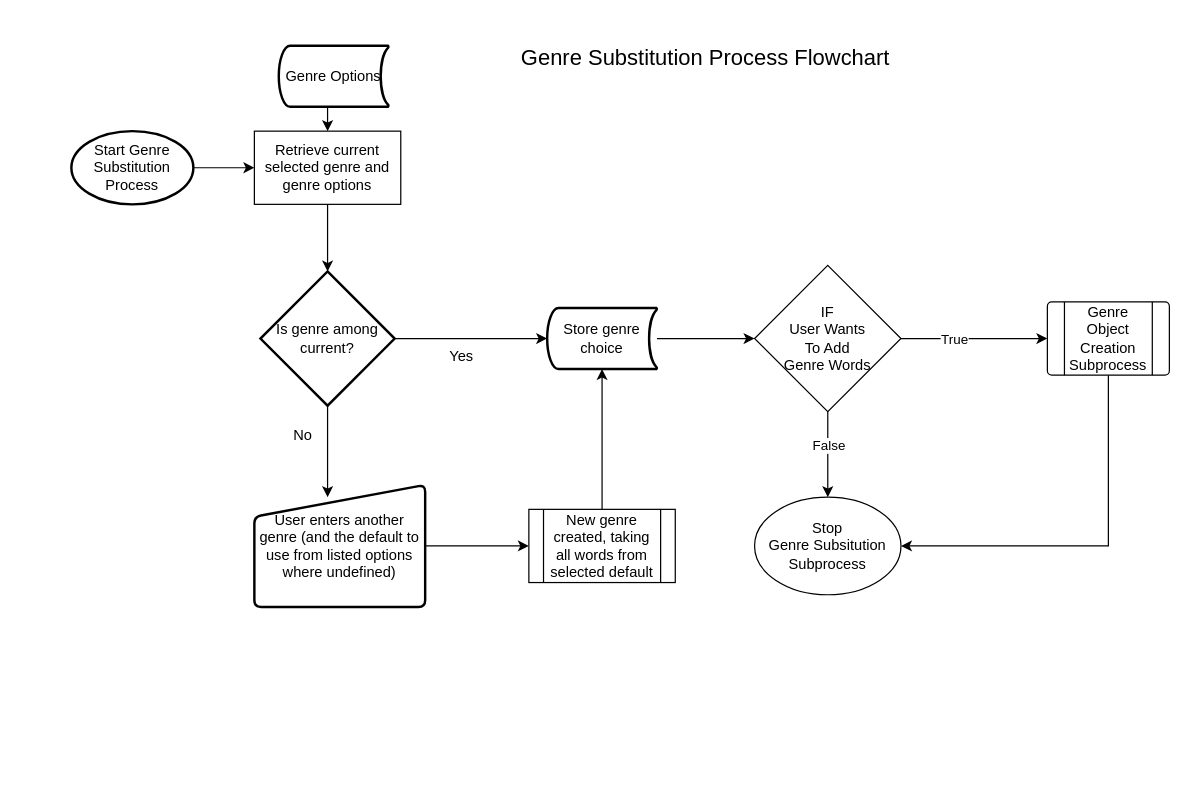
Above: Phase2/Flowcharts/modgodToolset/Genre/ProjectIlmatar_phase2_GenreSubstitution_Flowchart_20210801.drawio in RPG-Research/bcirpg (draw.io), before the change. Source tidied: cells renumbered, new cells numbered last; positions are measured from the earlier drawing's top-left corner, leaving out a move shared by most shapes. Both pictures are drawn from the tidied source at 122%, with x=0, y=0 at pixel (71, 45).
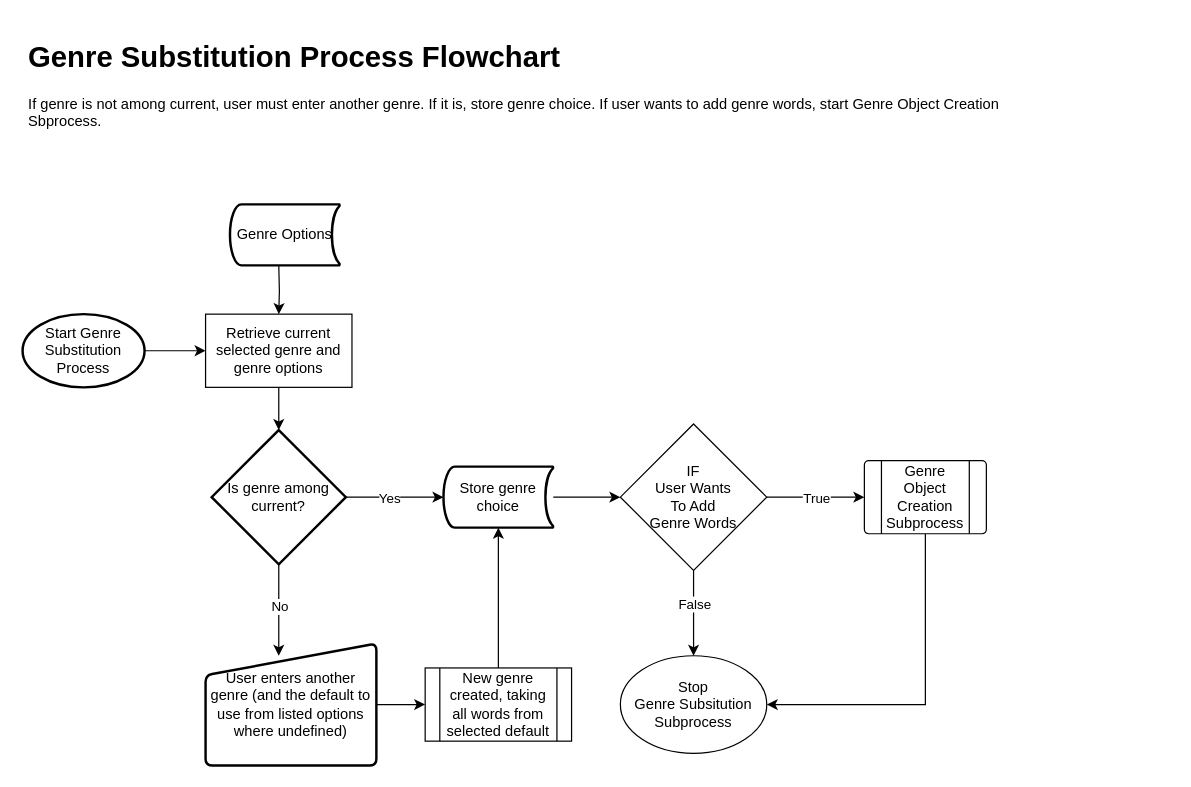
After the change.

The change refers to these unchanged cells:
```xml
<mxCell id="12" style="edgeStyle=orthogonalEdgeStyle;rounded=0;jettySize=auto;html=1;entryX=0;entryY=0.5;entryDx=0;entryDy=0;entryPerimeter=0;" parent="1" edge="1" source="13" target="15">
  <mxGeometry relative="1" as="geometry" />
</mxCell>
<mxCell id="20" style="edgeStyle=orthogonalEdgeStyle;rounded=0;jettySize=auto;html=1;" parent="1" edge="1" source="24" target="26">
  <mxGeometry relative="1" as="geometry" />
</mxCell>
```

What changed in the source:
```diff
@@
     <mxCell id="3" value="Start Genre Substitution Process" style="strokeWidth=2;html=1;shape=mxgraph.flowchart.start_1;whiteSpace=wrap;" parent="1" vertex="1">
-      <mxGeometry y="70" width="100" height="60" as="geometry" />
+      <mxGeometry x="-40" y="220" width="100" height="60" as="geometry" />
     </mxCell>
@@
     <mxCell id="5" value="Retrieve current selected genre and genre options" style="whiteSpace=wrap;html=1;" parent="1" vertex="1">
-      <mxGeometry x="150" y="70" width="120" height="60" as="geometry" />
+      <mxGeometry x="110" y="220" width="120" height="60" as="geometry" />
     </mxCell>
     <mxCell id="6" style="edgeStyle=orthogonalEdgeStyle;rounded=0;jettySize=auto;html=1;exitX=0.5;exitY=1;exitDx=0;exitDy=0;exitPerimeter=0;entryX=0.5;entryY=0;entryDx=0;entryDy=0;" parent="1" edge="1" target="5">
       <mxGeometry relative="1" as="geometry">
-        <mxPoint x="210" y="50" as="sourcePoint" />
+        <mxPoint x="170" y="180" as="sourcePoint" />
       </mxGeometry>
     </mxCell>
-    <mxCell id="7" value="&lt;font style=&quot;font-size: 18px&quot;&gt;Genre Substitution Process Flowchart&lt;/font&gt;" style="text;html=1;strokeColor=none;fillColor=none;align=center;verticalAlign=middle;whiteSpace=wrap;rounded=0;" parent="1" vertex="1">
-      <mxGeometry x="360" width="320" height="20" as="geometry" />
-    </mxCell>
@@
     <mxCell id="9" value="User enters another genre (and the default to use from listed options where undefined)" style="html=1;strokeWidth=2;shape=manualInput;whiteSpace=wrap;rounded=1;size=26;arcSize=11;" parent="1" vertex="1">
-      <mxGeometry x="150" y="360" width="140" height="100" as="geometry" />
+      <mxGeometry x="110" y="490" width="140" height="100" as="geometry" />
     </mxCell>
     <mxCell id="10" value="Genre Options" style="strokeWidth=2;html=1;shape=mxgraph.flowchart.stored_data;whiteSpace=wrap;" parent="1" vertex="1">
-      <mxGeometry x="170" width="90" height="50" as="geometry" />
+      <mxGeometry x="130" y="130" width="90" height="50" as="geometry" />
     </mxCell>
     <mxCell id="11" style="edgeStyle=orthogonalEdgeStyle;rounded=0;jettySize=auto;html=1;" parent="1" edge="1" source="13">
       <mxGeometry relative="1" as="geometry">
-        <mxPoint x="210" y="370" as="targetPoint" />
+        <mxPoint x="170" y="500" as="targetPoint" />
       </mxGeometry>
     </mxCell>
+    <mxCell id="17" value="No" style="edgeLabel;html=1;align=center;verticalAlign=middle;" parent="11" vertex="1">
+      <mxGeometry x="0.25" relative="1" as="geometry">
+        <mxPoint y="-12" as="offset" />
+      </mxGeometry>
+    </mxCell>
@@
+    <mxCell id="16" value="Yes" style="edgeLabel;html=1;align=center;verticalAlign=middle;" parent="12" vertex="1">
+      <mxGeometry x="-0.7" y="-1" relative="1" as="geometry">
+        <mxPoint x="23" y="-1" as="offset" />
+      </mxGeometry>
+    </mxCell>
     <mxCell id="13" value="Is genre among current?" style="strokeWidth=2;html=1;shape=mxgraph.flowchart.decision;whiteSpace=wrap;" parent="1" vertex="1">
-      <mxGeometry x="155" y="185" width="110" height="110" as="geometry" />
+      <mxGeometry x="115" y="315" width="110" height="110" as="geometry" />
     </mxCell>
@@
     <mxCell id="15" value="Store genre choice" style="strokeWidth=2;html=1;shape=mxgraph.flowchart.stored_data;whiteSpace=wrap;" parent="1" vertex="1">
-      <mxGeometry x="390" y="215" width="90" height="50" as="geometry" />
+      <mxGeometry x="305" y="345" width="90" height="50" as="geometry" />
     </mxCell>
-    <mxCell id="16" value="Yes" style="text;html=1;strokeColor=none;fillColor=none;align=center;verticalAlign=middle;whiteSpace=wrap;rounded=0;" parent="1" vertex="1">
-      <mxGeometry x="300" y="245" width="40" height="20" as="geometry" />
-    </mxCell>
-    <mxCell id="17" value="No" style="text;html=1;strokeColor=none;fillColor=none;align=center;verticalAlign=middle;whiteSpace=wrap;rounded=0;" parent="1" vertex="1">
-      <mxGeometry x="170" y="310" width="40" height="20" as="geometry" />
-    </mxCell>
@@
     <mxCell id="19" value="New genre created, taking all words from selected default" style="shape=process;whiteSpace=wrap;html=1;backgroundOutline=1;" parent="1" vertex="1">
-      <mxGeometry x="375" y="380" width="120" height="60" as="geometry" />
+      <mxGeometry x="290" y="510" width="120" height="60" as="geometry" />
     </mxCell>
@@
     <mxCell id="21" value="True" style="edgeLabel;html=1;align=center;verticalAlign=middle;" parent="20" vertex="1">
-      <mxGeometry x="-0.28" relative="1" as="geometry" />
+      <mxGeometry x="-0.28" relative="1" as="geometry">
+        <mxPoint x="11" as="offset" />
+      </mxGeometry>
     </mxCell>
@@
     <mxCell id="24" value="IF&lt;br&gt;User Wants&lt;br&gt;To Add &lt;br&gt;Genre Words" style="rhombus;whiteSpace=wrap;html=1;" parent="1" vertex="1">
-      <mxGeometry x="560" y="180" width="120" height="120" as="geometry" />
+      <mxGeometry x="450" y="310" width="120" height="120" as="geometry" />
     </mxCell>
-    <mxCell id="25" style="edgeStyle=orthogonalEdgeStyle;rounded=0;jettySize=auto;html=1;entryX=1;entryY=0.5;entryDx=0;entryDy=0;" parent="1" edge="1" source="26" target="27">
+    <mxCell id="25" style="edgeStyle=orthogonalEdgeStyle;rounded=0;jettySize=auto;html=1;entryX=1;entryY=0.5;entryDx=0;entryDy=0;exitX=0.5;exitY=1;exitDx=0;exitDy=0;" parent="1" edge="1" source="26" target="27">
       <mxGeometry relative="1" as="geometry">
         <Array as="points">
-          <mxPoint x="850" y="410" />
+          <mxPoint x="700" y="540" />
         </Array>
       </mxGeometry>
     </mxCell>
     <mxCell id="26" value="Genre Object Creation Subprocess" style="verticalLabelPosition=middle;verticalAlign=middle;html=1;shape=process;whiteSpace=wrap;rounded=1;size=0.14;arcSize=6;labelPosition=center;align=center;" parent="1" vertex="1">
-      <mxGeometry x="800" y="210" width="100" height="60" as="geometry" />
+      <mxGeometry x="650" y="340" width="100" height="60" as="geometry" />
     </mxCell>
     <mxCell id="27" value="Stop&lt;br&gt;Genre Subsitution&lt;br&gt;Subprocess" style="ellipse;whiteSpace=wrap;html=1;" parent="1" vertex="1">
-      <mxGeometry x="560" y="370" width="120" height="80" as="geometry" />
+      <mxGeometry x="450" y="500" width="120" height="80" as="geometry" />
     </mxCell>
+    <mxCell id="28" value="&lt;h1&gt;Genre Substitution Process Flowchart&lt;/h1&gt;&lt;p&gt;If genre is not among current, user must enter another genre. If it is, store genre choice. If user wants to add genre words, start Genre Object Creation Sbprocess.&lt;/p&gt;" style="text;html=1;strokeColor=none;fillColor=none;spacing=5;spacingTop=-20;whiteSpace=wrap;overflow=hidden;rounded=0;" parent="1" vertex="1">
+      <mxGeometry x="-40" y="-10" width="830" height="120" as="geometry" />
+    </mxCell>
```
